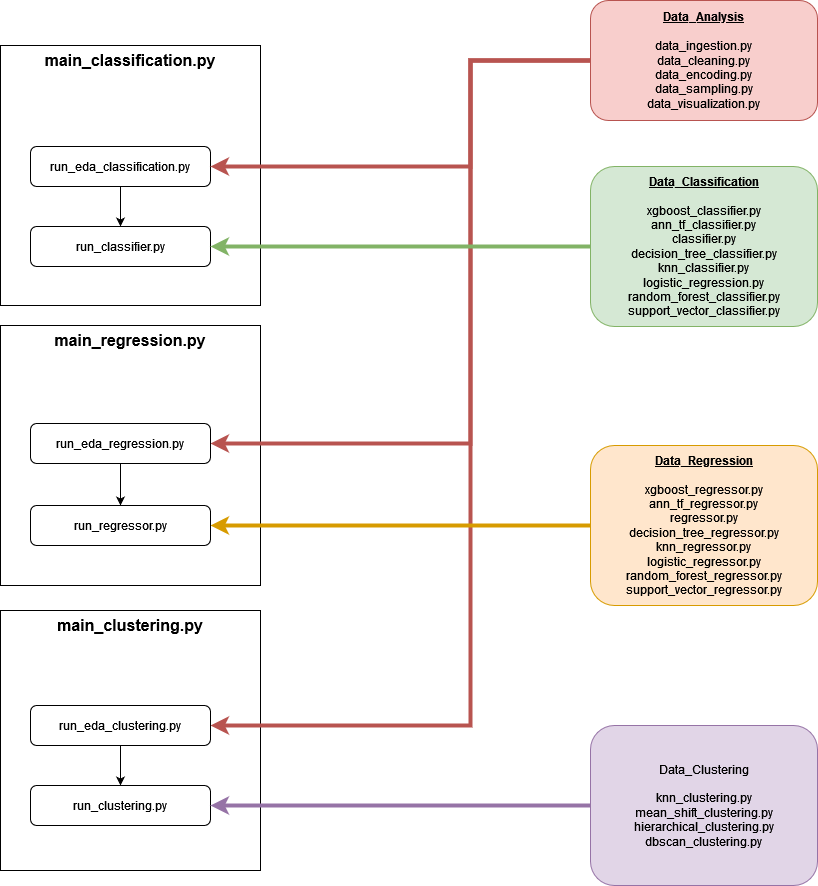
mossdet/ml_framework keeps this draw.io diagram as Flowchart/ml_framework_diagram.drawio.png. Above is the earlier version. Source tidied: cells renumbered, new cells last; positions are measured from the earlier drawing's top-left corner, leaving out a move shared by most shapes.
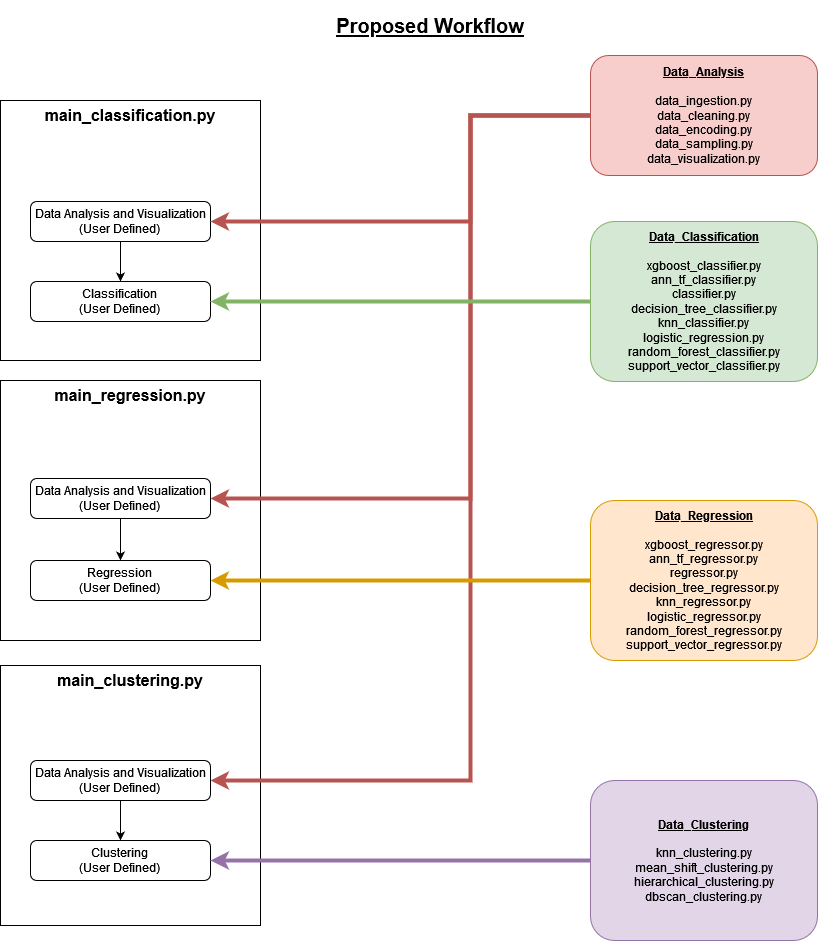
The same file after the commit.

Commit message:
Update Flowchart showing proposed workflow

Diff of the diagram source:
```diff
@@ -14,7 +14,7 @@
     <mxCell id="5" style="edgeStyle=orthogonalEdgeStyle;rounded=0;jettySize=auto;html=1;exitX=0.5;exitY=1;exitDx=0;exitDy=0;entryX=0.5;entryY=0;entryDx=0;entryDy=0;" parent="1" edge="1" source="6" target="11">
       <mxGeometry relative="1" as="geometry" />
     </mxCell>
-    <mxCell id="6" value="run_eda_classification.py" style="rounded=1;whiteSpace=wrap;html=1;fontSize=12;glass=0;strokeWidth=1;shadow=0;" parent="1" vertex="1">
+    <mxCell id="6" value="&lt;div&gt;Data Analysis and Visualization&lt;/div&gt;&lt;div&gt;(User Defined)&lt;br&gt;&lt;/div&gt;" style="rounded=1;whiteSpace=wrap;html=1;fontSize=12;glass=0;strokeWidth=1;shadow=0;" parent="1" vertex="1">
       <mxGeometry x="30" y="146" width="180" height="40" as="geometry" />
     </mxCell>
     <mxCell id="7" style="edgeStyle=orthogonalEdgeStyle;rounded=0;jettySize=auto;html=1;exitX=0;exitY=0.5;exitDx=0;exitDy=0;entryX=1;entryY=0.5;entryDx=0;entryDy=0;fillColor=#f8cecc;strokeColor=#b85450;strokeWidth=4;" parent="1" edge="1" source="10" target="6">
@@ -45,7 +45,7 @@
     <mxCell id="10" value="&lt;b&gt;&lt;u&gt;Data_Analysis&lt;/u&gt;&lt;/b&gt;&lt;div&gt;&lt;br&gt;&lt;/div&gt;&lt;div&gt;data_ingestion.py&lt;br&gt;&lt;/div&gt;&lt;div&gt;data_cleaning.py&lt;/div&gt;&lt;div&gt;data_encoding.py&lt;/div&gt;&lt;div&gt;data_sampling.py&lt;/div&gt;&lt;div&gt;data_visualization.py&lt;/div&gt;" style="rounded=1;whiteSpace=wrap;html=1;fontSize=12;glass=0;strokeWidth=1;shadow=0;fillColor=#f8cecc;strokeColor=#b85450;" parent="1" vertex="1">
       <mxGeometry x="590" width="227" height="120" as="geometry" />
     </mxCell>
-    <mxCell id="11" value="run_classifier.py" style="rounded=1;whiteSpace=wrap;html=1;fontSize=12;glass=0;strokeWidth=1;shadow=0;" parent="1" vertex="1">
+    <mxCell id="11" value="&lt;div&gt;Classification&lt;/div&gt;&lt;div&gt;(User Defined)&lt;br&gt;&lt;/div&gt;" style="rounded=1;whiteSpace=wrap;html=1;fontSize=12;glass=0;strokeWidth=1;shadow=0;" parent="1" vertex="1">
       <mxGeometry x="30" y="226" width="180" height="40" as="geometry" />
     </mxCell>
     <mxCell id="12" style="edgeStyle=orthogonalEdgeStyle;rounded=0;jettySize=auto;html=1;fillColor=#d5e8d4;strokeColor=#82b366;strokeWidth=4;" parent="1" edge="1" source="13">
@@ -65,19 +65,19 @@
     <mxCell id="16" style="edgeStyle=orthogonalEdgeStyle;rounded=0;jettySize=auto;html=1;exitX=0.5;exitY=1;exitDx=0;exitDy=0;entryX=0.5;entryY=0;entryDx=0;entryDy=0;" parent="1" edge="1" source="17" target="18">
       <mxGeometry relative="1" as="geometry" />
     </mxCell>
-    <mxCell id="17" value="run_eda_regression.py" style="rounded=1;whiteSpace=wrap;html=1;fontSize=12;glass=0;strokeWidth=1;shadow=0;" parent="1" vertex="1">
+    <mxCell id="17" value="&lt;div&gt;Data Analysis and Visualization&lt;/div&gt;&lt;div&gt;(User Defined)&lt;br&gt;&lt;/div&gt;" style="rounded=1;whiteSpace=wrap;html=1;fontSize=12;glass=0;strokeWidth=1;shadow=0;" parent="1" vertex="1">
       <mxGeometry x="30" y="423" width="180" height="40" as="geometry" />
     </mxCell>
-    <mxCell id="18" value="run_regressor.py" style="rounded=1;whiteSpace=wrap;html=1;fontSize=12;glass=0;strokeWidth=1;shadow=0;" parent="1" vertex="1">
+    <mxCell id="18" value="&lt;div&gt;Regression&lt;/div&gt;&lt;div&gt;(User Defined)&lt;br&gt;&lt;/div&gt;" style="rounded=1;whiteSpace=wrap;html=1;fontSize=12;glass=0;strokeWidth=1;shadow=0;" parent="1" vertex="1">
       <mxGeometry x="30" y="505" width="180" height="40" as="geometry" />
     </mxCell>
     <mxCell id="19" style="edgeStyle=orthogonalEdgeStyle;rounded=0;jettySize=auto;html=1;exitX=0.5;exitY=1;exitDx=0;exitDy=0;entryX=0.5;entryY=0;entryDx=0;entryDy=0;" parent="1" edge="1" source="20" target="21">
       <mxGeometry relative="1" as="geometry" />
     </mxCell>
-    <mxCell id="20" value="run_eda_clustering.py" style="rounded=1;whiteSpace=wrap;html=1;fontSize=12;glass=0;strokeWidth=1;shadow=0;" parent="1" vertex="1">
+    <mxCell id="20" value="&lt;div&gt;Data Analysis and Visualization&lt;/div&gt;&lt;div&gt;(User Defined)&lt;br&gt;&lt;/div&gt;" style="rounded=1;whiteSpace=wrap;html=1;fontSize=12;glass=0;strokeWidth=1;shadow=0;" parent="1" vertex="1">
       <mxGeometry x="30" y="705" width="180" height="40" as="geometry" />
     </mxCell>
-    <mxCell id="21" value="run_clustering.py" style="rounded=1;whiteSpace=wrap;html=1;fontSize=12;glass=0;strokeWidth=1;shadow=0;" parent="1" vertex="1">
+    <mxCell id="21" value="&lt;div&gt;Clustering&lt;/div&gt;&lt;div&gt;(User Defined)&lt;br&gt;&lt;/div&gt;" style="rounded=1;whiteSpace=wrap;html=1;fontSize=12;glass=0;strokeWidth=1;shadow=0;" parent="1" vertex="1">
       <mxGeometry x="30" y="785" width="180" height="40" as="geometry" />
     </mxCell>
     <mxCell id="22" style="edgeStyle=orthogonalEdgeStyle;rounded=0;jettySize=auto;html=1;exitX=0;exitY=0.5;exitDx=0;exitDy=0;entryX=1;entryY=0.5;entryDx=0;entryDy=0;fillColor=#e1d5e7;strokeColor=#9673a6;strokeWidth=4;" parent="1" edge="1" source="23" target="21">
@@ -88,7 +88,7 @@
         </Array>
       </mxGeometry>
     </mxCell>
-    <mxCell id="23" value="Data_Clustering&lt;div&gt;&lt;br&gt;&lt;/div&gt;&lt;div&gt;&lt;div&gt;knn_clustering.py&lt;/div&gt;&lt;div&gt;&lt;span style=&quot;background-color: initial;&quot;&gt;mean_shift_clustering.py&lt;/span&gt;&lt;/div&gt;&lt;div&gt;&lt;span style=&quot;background-color: initial;&quot;&gt;hierarchical_clustering&lt;/span&gt;.py&lt;/div&gt;&lt;div&gt;dbscan_clustering.py&lt;/div&gt;&lt;/div&gt;" style="rounded=1;whiteSpace=wrap;html=1;fontSize=12;glass=0;strokeWidth=1;shadow=0;fillColor=#e1d5e7;strokeColor=#9673a6;" parent="1" vertex="1">
+    <mxCell id="23" value="&lt;u&gt;&lt;b&gt;Data_Clustering&lt;/b&gt;&lt;/u&gt;&lt;div&gt;&lt;br&gt;&lt;/div&gt;&lt;div&gt;&lt;div&gt;knn_clustering.py&lt;/div&gt;&lt;div&gt;&lt;span style=&quot;background-color: initial;&quot;&gt;mean_shift_clustering.py&lt;/span&gt;&lt;/div&gt;&lt;div&gt;&lt;span style=&quot;background-color: initial;&quot;&gt;hierarchical_clustering&lt;/span&gt;.py&lt;/div&gt;&lt;div&gt;dbscan_clustering.py&lt;/div&gt;&lt;/div&gt;" style="rounded=1;whiteSpace=wrap;html=1;fontSize=12;glass=0;strokeWidth=1;shadow=0;fillColor=#e1d5e7;strokeColor=#9673a6;" parent="1" vertex="1">
       <mxGeometry x="590" y="725" width="227" height="160" as="geometry" />
     </mxCell>
     <mxCell id="24" value="main_regression.py" style="text;html=1;align=center;verticalAlign=middle;whiteSpace=wrap;rounded=0;fontStyle=1;fontSize=16;" parent="1" vertex="1">
@@ -100,5 +100,8 @@
     <mxCell id="26" value="main_clustering.py" style="text;html=1;align=center;verticalAlign=middle;whiteSpace=wrap;rounded=0;fontStyle=1;fontSize=16;" parent="1" vertex="1">
       <mxGeometry x="50" y="610" width="160" height="30" as="geometry" />
     </mxCell>
+    <mxCell id="27" value="Proposed Workflow" style="text;html=1;align=center;verticalAlign=middle;whiteSpace=wrap;rounded=0;fontSize=20;fontStyle=5;" parent="1" vertex="1">
+      <mxGeometry x="200" y="-55" width="460" height="50" as="geometry" />
+    </mxCell>
   </root>
 </mxGraphModel>
```
